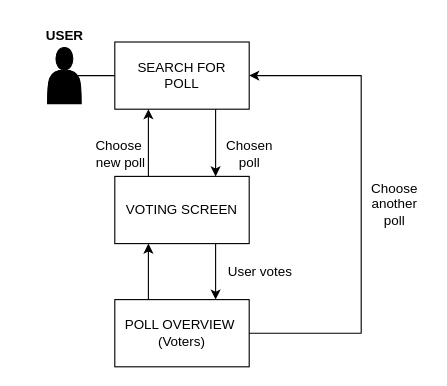
The draw.io diagram Assignments/AssignmentA/ApplicationFlowDiagrams/Application_Flow_Diagram_IoT.drawio in LisaEliassen/DAT250_Project, before the edit. Source tidied: cells renumbered, new cells numbered last; positions are measured from the earlier drawing's top-left corner, leaving out a move shared by most shapes. Both pictures are drawn from the tidied source at 112%, with x=0, y=0 at pixel (30, 19).
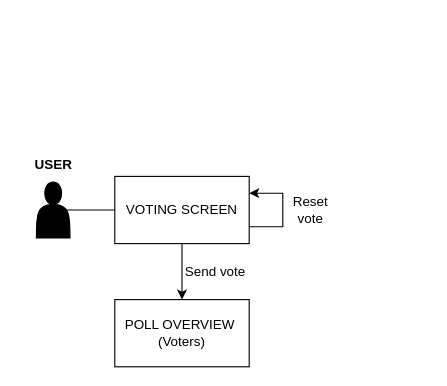
The same page after the edit.

Commit message (it also covers changes not shown here):
Updated application flow diagrams.

The edit, as a diff of the source:
```diff
@@
 <mxGraphModel>
   <root>
     <mxCell id="0" />
     <mxCell id="1" parent="0" />
-    <mxCell id="2" value="SEARCH FOR &lt;br&gt;POLL" style="rounded=0;whiteSpace=wrap;html=1;strokeWidth=1;" parent="1" vertex="1">
-      <mxGeometry x="75" y="20" width="120" height="60" as="geometry" />
-    </mxCell>
     <mxCell id="3" value="&lt;b&gt;USER&lt;/b&gt;" style="text;html=1;align=center;verticalAlign=middle;strokeColor=none;fillColor=none;" parent="1" vertex="1">
-      <mxGeometry width="60" height="30" as="geometry" />
+      <mxGeometry x="-10" y="115" width="60" height="30" as="geometry" />
     </mxCell>
     <mxCell id="4" style="shape=actor;whiteSpace=wrap;html=1;strokeWidth=1;fontColor=#CC0000;fillColor=#000000;" parent="1" vertex="1">
-      <mxGeometry x="15" y="25" width="30" height="50" as="geometry" />
+      <mxGeometry x="5" y="145" width="30" height="50" as="geometry" />
     </mxCell>
-    <mxCell id="5" style="endArrow=none;html=1;rounded=0;strokeColor=#000000;fontColor=#CC0000;exitX=0.9;exitY=0.5;exitDx=0;exitDy=0;entryX=0;entryY=0.5;entryDx=0;entryDy=0;exitPerimeter=0;" parent="1" edge="1" source="4" target="2">
+    <mxCell id="5" style="endArrow=none;html=1;rounded=0;strokeColor=#000000;fontColor=#CC0000;exitX=0.9;exitY=0.5;exitDx=0;exitDy=0;entryX=0;entryY=0.5;entryDx=0;entryDy=0;exitPerimeter=0;" parent="1" edge="1" source="4" target="6">
       <mxGeometry relative="1" as="geometry" />
     </mxCell>
     <mxCell id="6" value="VOTING SCREEN" style="rounded=0;whiteSpace=wrap;html=1;strokeWidth=1;fontColor=#000000;fillColor=default;" parent="1" vertex="1">
       <mxGeometry x="75" y="140" width="120" height="60" as="geometry" />
     </mxCell>
-    <mxCell id="7" value="Chosen &lt;br&gt;poll" style="text;html=1;align=center;verticalAlign=middle;strokeColor=none;fillColor=none;" parent="1" vertex="1">
-      <mxGeometry x="165" y="100" width="60" height="40" as="geometry" />
-    </mxCell>
-    <mxCell id="8" value="Choose&amp;nbsp;&lt;br&gt;new poll" style="text;html=1;align=center;verticalAlign=middle;strokeColor=none;fillColor=none;" parent="1" vertex="1">
-      <mxGeometry x="45" y="100" width="70" height="40" as="geometry" />
-    </mxCell>
-    <mxCell id="9" style="endArrow=classic;html=1;rounded=0;exitX=0.75;exitY=1;exitDx=0;exitDy=0;entryX=0.75;entryY=0;entryDx=0;entryDy=0;" parent="1" edge="1" source="2" target="6">
-      <mxGeometry relative="1" as="geometry" />
-    </mxCell>
-    <mxCell id="10" style="endArrow=classic;html=1;rounded=0;entryX=0.25;entryY=1;entryDx=0;entryDy=0;exitX=0.25;exitY=0;exitDx=0;exitDy=0;" parent="1" edge="1" source="6" target="2">
-      <mxGeometry relative="1" as="geometry" />
-    </mxCell>
     <mxCell id="11" value="POLL OVERVIEW&amp;nbsp;&lt;br&gt;(Voters)" style="rounded=0;whiteSpace=wrap;html=1;" parent="1" vertex="1">
       <mxGeometry x="75" y="250" width="120" height="60" as="geometry" />
     </mxCell>
-    <mxCell id="12" style="endArrow=classic;html=1;rounded=0;exitX=1;exitY=0.5;exitDx=0;exitDy=0;entryX=1;entryY=0.5;entryDx=0;entryDy=0;" parent="1" edge="1" source="11" target="2">
-      <mxGeometry relative="1" as="geometry">
-        <Array as="points">
-          <mxPoint x="295" y="280" />
-          <mxPoint x="295" y="50" />
-        </Array>
-      </mxGeometry>
-    </mxCell>
-    <mxCell id="13" style="endArrow=classic;html=1;rounded=0;exitX=0.75;exitY=1;exitDx=0;exitDy=0;entryX=0.75;entryY=0;entryDx=0;entryDy=0;" parent="1" edge="1" source="6" target="11">
+    <mxCell id="13" style="endArrow=classic;html=1;rounded=0;exitX=0.5;exitY=1;exitDx=0;exitDy=0;entryX=0.5;entryY=0;entryDx=0;entryDy=0;" parent="1" edge="1" source="6" target="11">
       <mxGeometry relative="1" as="geometry" />
     </mxCell>
-    <mxCell id="14" value="User votes" style="text;html=1;strokeColor=none;fillColor=none;align=center;verticalAlign=middle;whiteSpace=wrap;rounded=0;" parent="1" vertex="1">
-      <mxGeometry x="175" y="210" width="60" height="30" as="geometry" />
+    <mxCell id="14" value="Send vote" style="text;html=1;strokeColor=none;fillColor=none;align=center;verticalAlign=middle;whiteSpace=wrap;rounded=0;" parent="1" vertex="1">
+      <mxGeometry x="135" y="210" width="60" height="30" as="geometry" />
     </mxCell>
-    <mxCell id="15" value="Choose another poll" style="text;html=1;strokeColor=none;fillColor=none;align=center;verticalAlign=middle;whiteSpace=wrap;rounded=0;" parent="1" vertex="1">
-      <mxGeometry x="295" y="150" width="60" height="30" as="geometry" />
-    </mxCell>
-    <mxCell id="16" style="endArrow=classic;html=1;rounded=0;entryX=0.25;entryY=1;entryDx=0;entryDy=0;exitX=0.25;exitY=0;exitDx=0;exitDy=0;" parent="1" edge="1" source="11" target="6">
-      <mxGeometry relative="1" as="geometry" />
-    </mxCell>
+    <mxCell id="17" style="endArrow=classic;html=1;rounded=0;exitX=1;exitY=0.75;exitDx=0;exitDy=0;entryX=1;entryY=0.25;entryDx=0;entryDy=0;" parent="1" edge="1" source="6" target="6">
+      <mxGeometry relative="1" as="geometry">
+        <Array as="points">
+          <mxPoint x="225" y="185" />
+          <mxPoint x="225" y="155" />
+        </Array>
+      </mxGeometry>
+    </mxCell>
+    <mxCell id="18" value="Reset vote" style="text;html=1;strokeColor=none;fillColor=none;align=center;verticalAlign=middle;whiteSpace=wrap;rounded=0;" parent="1" vertex="1">
+      <mxGeometry x="225" y="155" width="50" height="30" as="geometry" />
+    </mxCell>
   </root>
 </mxGraphModel>
```
